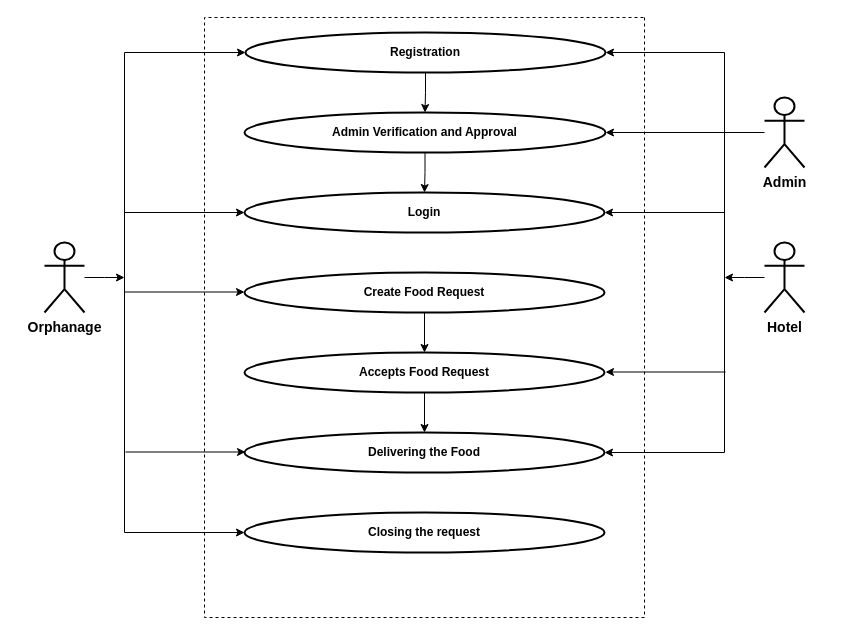
Above: useCaseDiagram.drawio in Sriram-V-99/MCA-Project- (draw.io), before the change. Source tidied: cells renumbered, new cells numbered last; positions are measured from the earlier drawing's top-left corner, leaving out a move shared by most shapes. Both pictures are drawn from the tidied source at 100%, with x=0, y=0 at pixel (44, 32).
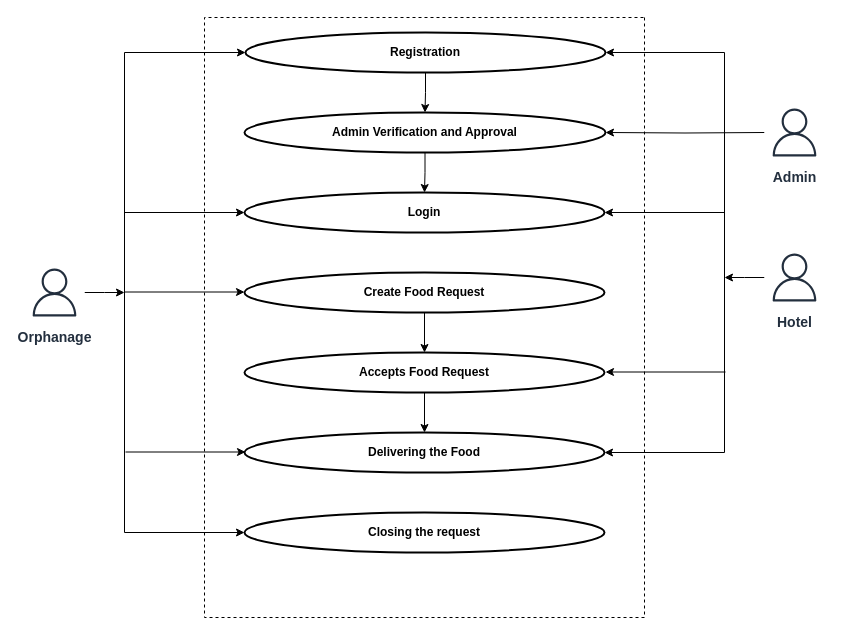
After the change.

The change refers to these unchanged cells:
```xml
<mxCell id="12" value="&lt;b&gt;Admin Verification and Approval&lt;/b&gt;" style="ellipse;whiteSpace=wrap;html=1;strokeWidth=2;" parent="1" vertex="1">
  <mxGeometry x="200" y="80" width="361" height="40" as="geometry" />
</mxCell>
```

What changed in the source:
```diff
@@
-    <mxCell id="3" style="edgeStyle=orthogonalEdgeStyle;rounded=0;jettySize=auto;html=1;" parent="1" edge="1" source="4">
-      <mxGeometry relative="1" as="geometry">
-        <mxPoint x="80" y="245" as="targetPoint" />
-      </mxGeometry>
-    </mxCell>
-    <mxCell id="4" value="&lt;font style=&quot;font-size: 14px;&quot;&gt;&lt;b&gt;Orphanage&lt;/b&gt;&lt;/font&gt;" style="shape=umlActor;verticalLabelPosition=bottom;verticalAlign=top;html=1;outlineConnect=0;strokeWidth=2;" parent="1" vertex="1">
-      <mxGeometry y="210" width="40" height="70" as="geometry" />
-    </mxCell>
-    <mxCell id="5" style="edgeStyle=orthogonalEdgeStyle;rounded=0;jettySize=auto;html=1;" parent="1" edge="1" source="6">
-      <mxGeometry relative="1" as="geometry">
-        <mxPoint x="680" y="245" as="targetPoint" />
-      </mxGeometry>
-    </mxCell>
-    <mxCell id="6" value="&lt;b&gt;&lt;font style=&quot;font-size: 14px;&quot;&gt;Hotel&lt;/font&gt;&lt;/b&gt;" style="shape=umlActor;verticalLabelPosition=bottom;verticalAlign=top;html=1;outlineConnect=0;strokeWidth=2;" parent="1" vertex="1">
-      <mxGeometry x="720" y="210" width="40" height="70" as="geometry" />
-    </mxCell>
-    <mxCell id="7" style="edgeStyle=orthogonalEdgeStyle;rounded=0;jettySize=auto;html=1;entryX=1;entryY=0.5;entryDx=0;entryDy=0;" parent="1" edge="1" source="8" target="12">
-      <mxGeometry relative="1" as="geometry" />
+    <mxCell id="7" style="edgeStyle=orthogonalEdgeStyle;rounded=0;jettySize=auto;html=1;entryX=1;entryY=0.5;entryDx=0;entryDy=0;" parent="1" edge="1" target="12">
+      <mxGeometry relative="1" as="geometry">
+        <mxPoint x="720" y="100" as="sourcePoint" />
+      </mxGeometry>
     </mxCell>
-    <mxCell id="8" value="&lt;b&gt;&lt;font style=&quot;font-size: 14px;&quot;&gt;Admin&lt;/font&gt;&lt;/b&gt;" style="shape=umlActor;verticalLabelPosition=bottom;verticalAlign=top;html=1;outlineConnect=0;strokeWidth=2;" parent="1" vertex="1">
-      <mxGeometry x="720" y="65" width="40" height="70" as="geometry" />
-    </mxCell>
@@
+    <mxCell id="8" value="&lt;b&gt;&lt;font style=&quot;font-size: 14px;&quot;&gt;Admin&lt;/font&gt;&lt;/b&gt;" style="sketch=0;outlineConnect=0;fontColor=#232F3E;gradientColor=none;strokeColor=#232F3E;fillColor=#ffffff;dashed=0;verticalLabelPosition=bottom;verticalAlign=top;align=center;html=1;fontSize=12;fontStyle=0;shape=mxgraph.aws4.resourceIcon;resIcon=mxgraph.aws4.user;" parent="1" vertex="1">
+      <mxGeometry x="720" y="70" width="60" height="60" as="geometry" />
+    </mxCell>
+    <mxCell id="27" style="edgeStyle=orthogonalEdgeStyle;rounded=0;jettySize=auto;html=1;" parent="1" edge="1" source="6">
+      <mxGeometry relative="1" as="geometry">
+        <mxPoint x="680" y="245" as="targetPoint" />
+      </mxGeometry>
+    </mxCell>
+    <mxCell id="6" value="&lt;b&gt;&lt;font style=&quot;font-size: 14px;&quot;&gt;Hotel&lt;/font&gt;&lt;/b&gt;" style="sketch=0;outlineConnect=0;fontColor=#232F3E;gradientColor=none;strokeColor=#232F3E;fillColor=#ffffff;dashed=0;verticalLabelPosition=bottom;verticalAlign=top;align=center;html=1;fontSize=12;fontStyle=0;shape=mxgraph.aws4.resourceIcon;resIcon=mxgraph.aws4.user;" parent="1" vertex="1">
+      <mxGeometry x="720" y="215" width="60" height="60" as="geometry" />
+    </mxCell>
+    <mxCell id="28" style="edgeStyle=orthogonalEdgeStyle;rounded=0;jettySize=auto;html=1;" parent="1" edge="1" source="4">
+      <mxGeometry relative="1" as="geometry">
+        <mxPoint x="80" y="260" as="targetPoint" />
+      </mxGeometry>
+    </mxCell>
+    <mxCell id="4" value="&lt;b&gt;&lt;font style=&quot;font-size: 14px;&quot;&gt;Orphanage&lt;/font&gt;&lt;/b&gt;" style="sketch=0;outlineConnect=0;fontColor=#232F3E;gradientColor=none;strokeColor=#232F3E;fillColor=#ffffff;dashed=0;verticalLabelPosition=bottom;verticalAlign=top;align=center;html=1;fontSize=12;fontStyle=0;shape=mxgraph.aws4.resourceIcon;resIcon=mxgraph.aws4.user;" parent="1" vertex="1">
+      <mxGeometry x="-20" y="230" width="60" height="60" as="geometry" />
+    </mxCell>
```
